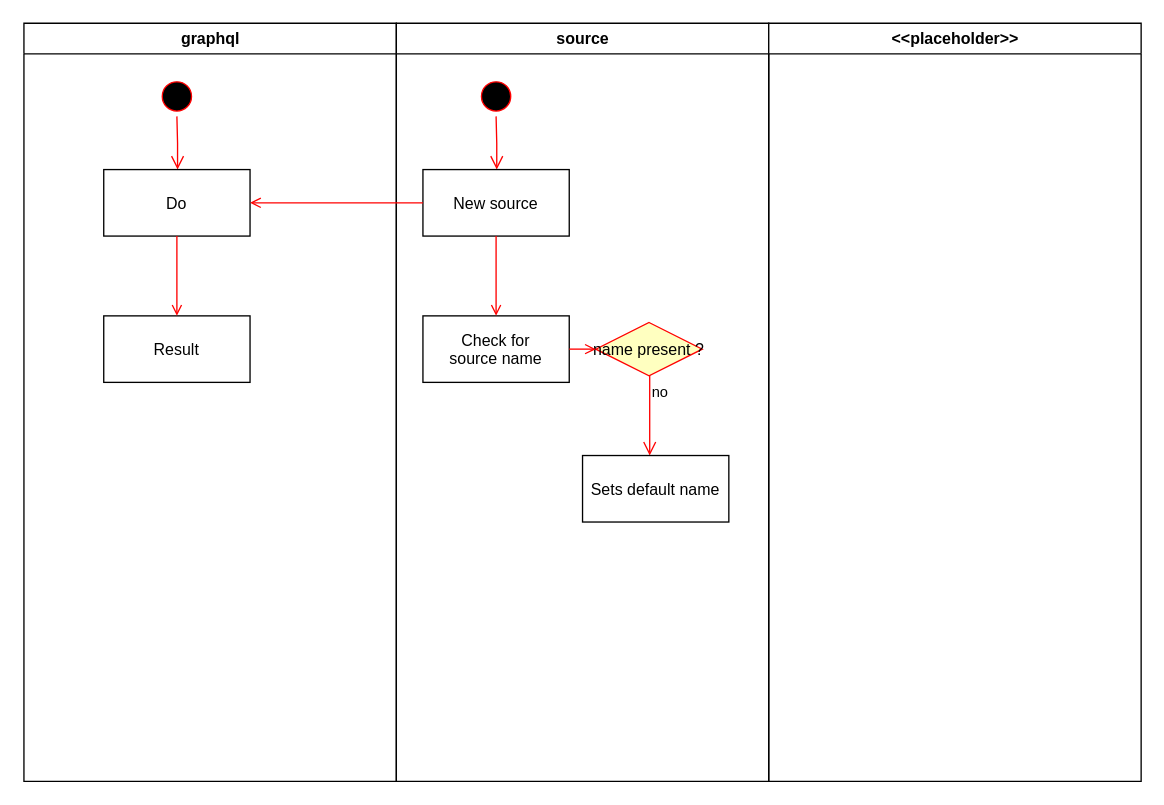
Before: architecture/uml/activity/graphql-graphql-go-architecture-activity.drawio in chris-ramon/thesis-graphql-go, a draw.io diagram. Source tidied: cells renumbered, new cells numbered last; positions are measured from the earlier drawing's top-left corner, leaving out a move shared by most shapes. Both pictures are drawn from the tidied source at 133%, with x=0, y=0 at pixel (23, 23).
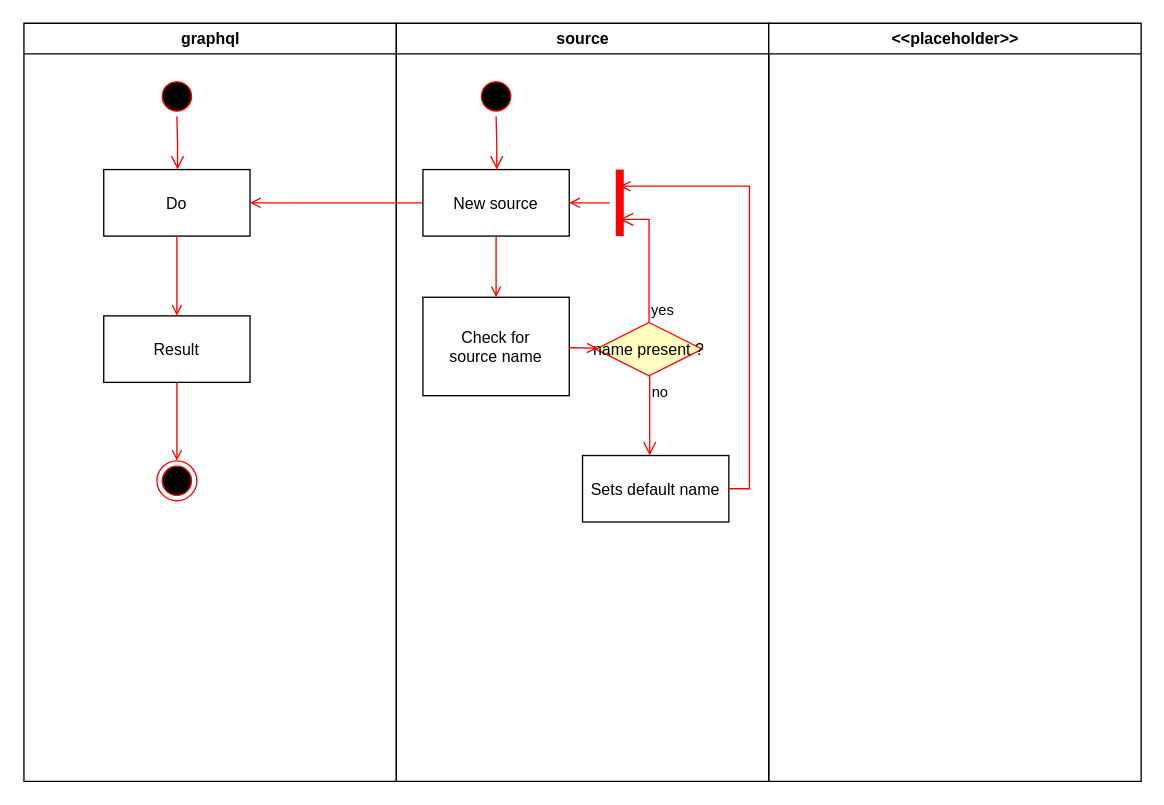
After the change.

Commit message:
architecture/uml/activity: improves source swimlane

The change refers to these unchanged cells:
```xml
<mxCell id="2" value="graphql" style="swimlane;whiteSpace=wrap;" parent="1" vertex="1">
  <mxGeometry x="0.5" width="280" height="570" as="geometry" />
</mxCell>
<mxCell id="6" value="Result" parent="2" vertex="1">
  <mxGeometry x="60" y="220" width="110" height="50" as="geometry" />
</mxCell>
<mxCell id="8" value="source" style="swimlane;whiteSpace=wrap;startSize=23;" parent="1" vertex="1">
  <mxGeometry x="280.5" width="280" height="570" as="geometry" />
</mxCell>
<mxCell id="11" value="New source" parent="8" vertex="1">
  <mxGeometry x="20" y="110" width="110" height="50" as="geometry" />
</mxCell>
<mxCell id="17" value="Sets default name" parent="8" vertex="1">
  <mxGeometry x="140" y="325" width="110" height="50" as="geometry" />
</mxCell>
```

What changed in the source:
```diff
@@
+    <mxCell id="20" style="ellipse;shape=endState;fillColor=#000000;strokeColor=#ff0000;" parent="2" vertex="1">
+      <mxGeometry x="100" y="329" width="30" height="30" as="geometry" />
+    </mxCell>
+    <mxCell id="21" style="endArrow=open;strokeColor=#FF0000;endFill=1;rounded=0;exitX=0.5;exitY=1;exitDx=0;exitDy=0;" parent="2" edge="1" source="6" target="20">
+      <mxGeometry relative="1" as="geometry" />
+    </mxCell>
@@
-    <mxCell id="12" value="Check for&#10;source name" parent="8" vertex="1">
-      <mxGeometry x="20" y="220" width="110" height="50" as="geometry" />
+    <mxCell id="12" value="Check for&#10;source name" style="direction=south;" parent="8" vertex="1">
+      <mxGeometry x="20" y="206" width="110" height="74" as="geometry" />
     </mxCell>
@@
+    <mxCell id="22" value="yes" style="edgeStyle=elbowEdgeStyle;elbow=horizontal;align=left;verticalAlign=bottom;endArrow=open;endSize=8;strokeColor=#FF0000;exitX=0.5;exitY=0;endFill=1;rounded=0;entryX=0.75;entryY=0.5;entryDx=0;entryDy=0;entryPerimeter=0;" parent="1" edge="1" target="24">
+      <mxGeometry x="-1" relative="1" as="geometry">
+        <mxPoint x="470.5" y="225" as="sourcePoint" />
+        <Array as="points">
+          <mxPoint x="470.5" y="180" />
+        </Array>
+      </mxGeometry>
+    </mxCell>
+    <mxCell id="23" style="edgeStyle=orthogonalEdgeStyle;rounded=0;jettySize=auto;html=1;strokeColor=#FF0000;endArrow=open;endFill=0;" parent="1" edge="1" source="24" target="11">
+      <mxGeometry relative="1" as="geometry" />
+    </mxCell>
+    <mxCell id="24" style="shape=line;strokeWidth=6;strokeColor=#ff0000;rotation=90;" parent="1" vertex="1">
+      <mxGeometry x="423.5" y="127.5" width="50" height="15" as="geometry" />
+    </mxCell>
+    <mxCell id="25" style="edgeStyle=orthogonalEdgeStyle;rounded=0;jettySize=auto;html=1;endArrow=open;endFill=0;strokeColor=#FF0000;entryX=0.25;entryY=0.5;entryDx=0;entryDy=0;entryPerimeter=0;" parent="1" edge="1" source="17" target="24">
+      <mxGeometry relative="1" as="geometry">
+        <Array as="points">
+          <mxPoint x="546" y="350" />
+          <mxPoint x="546" y="122" />
+        </Array>
+      </mxGeometry>
+    </mxCell>
```
